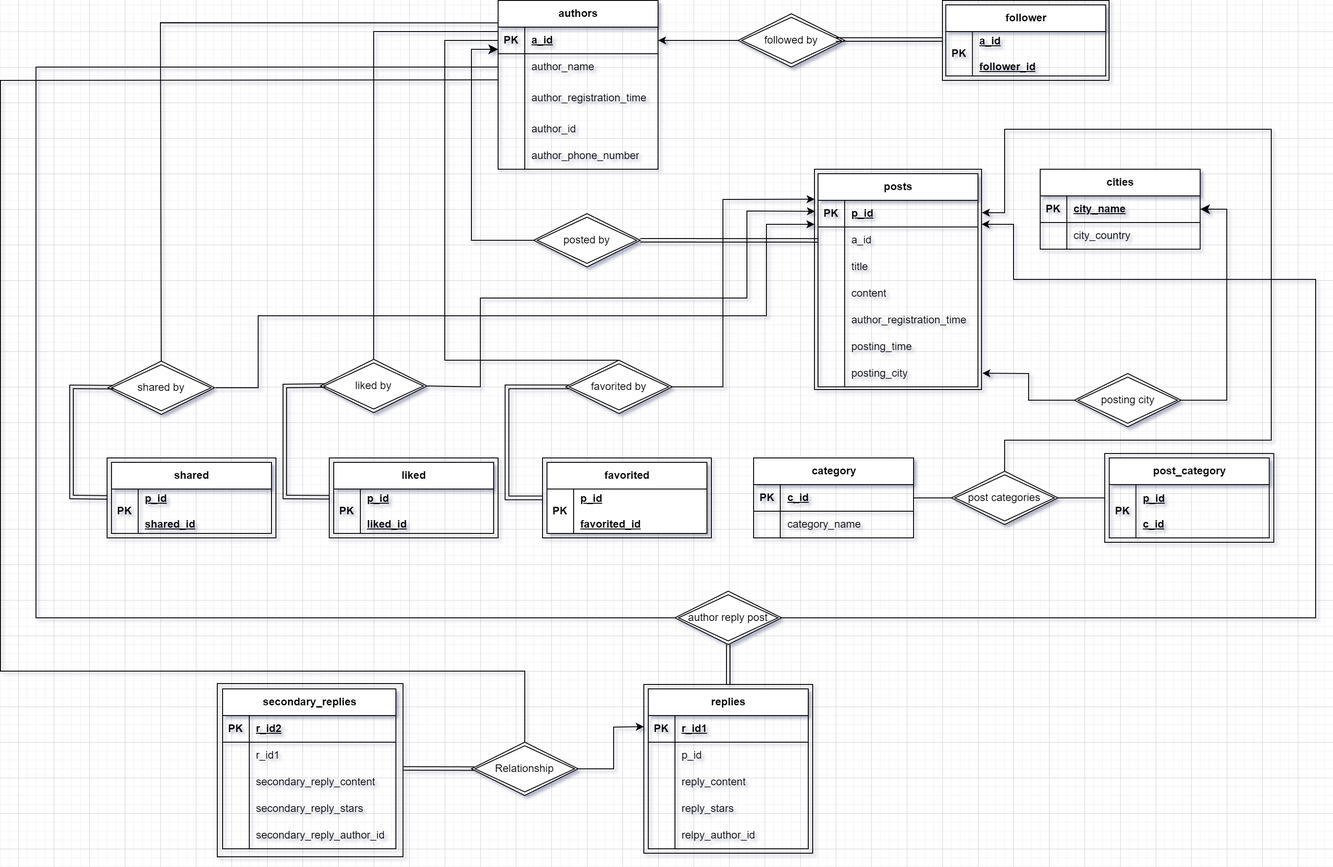
This is Project1_Docs/Project1_Report/img/Project1_ER.drawio.png from OctCarp/SUSTech_CS307-DB_2023s_Projects, a draw.io export, as it was before one commit. Source tidied: cells renumbered, new cells last; positions are measured from the earlier drawing's top-left corner, leaving out a move shared by most shapes.
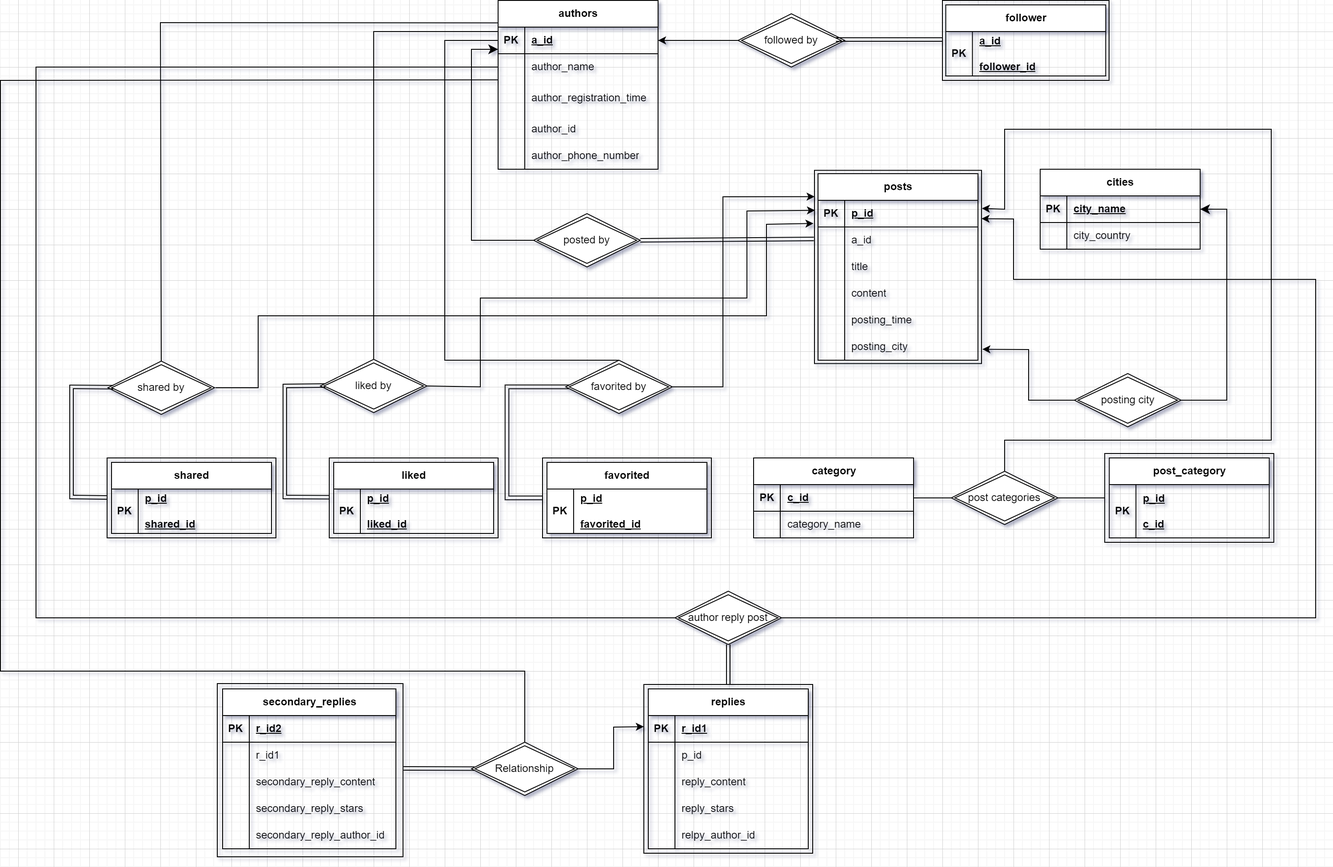
Later version of the same file.

Commit message:
refactor: delete author_registration_time from table posts

The edit, as a diff of the source:
```diff
@@ -54,7 +54,7 @@
       <mxGeometry x="30" width="150" height="30" as="geometry" />
     </mxCell>
     <mxCell id="19" value="posts" style="shape=table;startSize=30;rowLines=0;fontStyle=1;align=center;html=1;" parent="1" vertex="1">
-      <mxGeometry x="920" y="195" width="180" height="240" as="geometry" />
+      <mxGeometry x="920" y="195" width="180" height="210" as="geometry" />
     </mxCell>
     <mxCell id="20" style="shape=tableRow;horizontal=0;startSize=0;swimlaneHead=0;swimlaneBody=0;fillColor=none;top=0;left=0;right=0;bottom=1;" parent="19" vertex="1">
       <mxGeometry y="30" width="180" height="30" as="geometry" />
@@ -92,17 +92,8 @@
     <mxCell id="31" value="content" style="shape=partialRectangle;fillColor=none;top=0;left=0;bottom=0;right=0;align=left;spacingLeft=6;overflow=hidden;whiteSpace=wrap;html=1;" parent="29" vertex="1">
       <mxGeometry x="30" width="150" height="30" as="geometry" />
     </mxCell>
-    <mxCell id="32" style="shape=tableRow;horizontal=0;startSize=0;swimlaneHead=0;swimlaneBody=0;fillColor=none;top=0;left=0;right=0;bottom=0;" parent="19" vertex="1">
-      <mxGeometry y="150" width="180" height="30" as="geometry" />
-    </mxCell>
-    <mxCell id="33" style="shape=partialRectangle;fillColor=none;top=0;left=0;bottom=0;right=0;overflow=hidden;whiteSpace=wrap;html=1;" parent="32" vertex="1">
-      <mxGeometry width="30" height="30" as="geometry" />
-    </mxCell>
-    <mxCell id="34" value="author_registration_time" style="shape=partialRectangle;fillColor=none;top=0;left=0;bottom=0;right=0;align=left;spacingLeft=6;overflow=hidden;whiteSpace=wrap;html=1;" parent="32" vertex="1">
-      <mxGeometry x="30" width="150" height="30" as="geometry" />
-    </mxCell>
     <mxCell id="35" style="shape=tableRow;horizontal=0;startSize=0;swimlaneHead=0;swimlaneBody=0;fillColor=none;top=0;left=0;right=0;bottom=0;" parent="19" vertex="1">
-      <mxGeometry y="180" width="180" height="30" as="geometry" />
+      <mxGeometry y="150" width="180" height="30" as="geometry" />
     </mxCell>
     <mxCell id="36" style="shape=partialRectangle;fillColor=none;top=0;left=0;bottom=0;right=0;overflow=hidden;whiteSpace=wrap;html=1;" parent="35" vertex="1">
       <mxGeometry width="30" height="30" as="geometry" />
@@ -111,7 +102,7 @@
       <mxGeometry x="30" width="150" height="30" as="geometry" />
     </mxCell>
     <mxCell id="38" style="shape=tableRow;horizontal=0;startSize=0;swimlaneHead=0;swimlaneBody=0;fillColor=none;top=0;left=0;right=0;bottom=0;" parent="19" vertex="1">
-      <mxGeometry y="210" width="180" height="30" as="geometry" />
+      <mxGeometry y="180" width="180" height="30" as="geometry" />
     </mxCell>
     <mxCell id="39" style="shape=partialRectangle;fillColor=none;top=0;left=0;bottom=0;right=0;overflow=hidden;whiteSpace=wrap;html=1;" parent="38" vertex="1">
       <mxGeometry width="30" height="30" as="geometry" />
@@ -362,7 +353,7 @@
           <mxPoint x="1430" y="495" />
           <mxPoint x="1430" y="145" />
           <mxPoint x="1130" y="145" />
-          <mxPoint x="1130" y="239" />
+          <mxPoint x="1130" y="235" />
         </Array>
       </mxGeometry>
     </mxCell>
@@ -370,7 +361,7 @@
       <mxGeometry relative="1" as="geometry">
         <Array as="points">
           <mxPoint x="1157" y="450" />
-          <mxPoint x="1157" y="420" />
+          <mxPoint x="1157" y="393" />
         </Array>
       </mxGeometry>
     </mxCell>
@@ -419,7 +410,7 @@
         </Array>
       </mxGeometry>
     </mxCell>
-    <mxCell id="125" style="endArrow=classic;html=1;rounded=0;entryX=0;entryY=0.25;entryDx=0;entryDy=0;" parent="1" edge="1" target="129">
+    <mxCell id="125" style="endArrow=classic;html=1;rounded=0;entryX=-0.006;entryY=0.275;entryDx=0;entryDy=0;entryPerimeter=0;" parent="1" edge="1" target="129">
       <mxGeometry relative="1" as="geometry">
         <mxPoint x="242" y="436" as="sourcePoint" />
         <Array as="points">
@@ -430,7 +421,7 @@
         </Array>
       </mxGeometry>
     </mxCell>
-    <mxCell id="126" style="endArrow=classic;html=1;rounded=0;exitX=1;exitY=0.5;exitDx=0;exitDy=0;entryX=0.003;entryY=0.191;entryDx=0;entryDy=0;entryPerimeter=0;" parent="1" edge="1" source="121" target="129">
+    <mxCell id="126" style="endArrow=classic;html=1;rounded=0;exitX=1;exitY=0.5;exitDx=0;exitDy=0;entryX=0.003;entryY=0.207;entryDx=0;entryDy=0;entryPerimeter=0;" parent="1" edge="1" source="121" target="129">
       <mxGeometry relative="1" as="geometry">
         <Array as="points">
           <mxPoint x="540" y="435" />
@@ -444,7 +435,7 @@
       <mxGeometry relative="1" as="geometry">
         <Array as="points">
           <mxPoint x="813" y="435" />
-          <mxPoint x="813" y="224" />
+          <mxPoint x="813" y="221" />
         </Array>
       </mxGeometry>
     </mxCell>
@@ -452,12 +443,12 @@
       <mxGeometry x="1242.6" y="510" width="190.2" height="100" as="geometry" />
     </mxCell>
     <mxCell id="129" style="rounded=0;whiteSpace=wrap;html=1;fillColor=none;" parent="1" vertex="1">
-      <mxGeometry x="916" y="190" width="188" height="248" as="geometry" />
+      <mxGeometry x="916" y="191.2" width="188" height="217.5" as="geometry" />
     </mxCell>
     <mxCell id="130" value="posted by" style="shape=rhombus;double=1;perimeter=rhombusPerimeter;whiteSpace=wrap;html=1;align=center;" parent="1" vertex="1">
       <mxGeometry x="600" y="240" width="120" height="60" as="geometry" />
     </mxCell>
-    <mxCell id="131" style="shape=link;html=1;rounded=0;exitX=1;exitY=0.5;exitDx=0;exitDy=0;entryX=0.021;entryY=0.323;entryDx=0;entryDy=0;entryPerimeter=0;" parent="1" edge="1" source="130" target="129">
+    <mxCell id="131" style="shape=link;html=1;rounded=0;exitX=1;exitY=0.5;exitDx=0;exitDy=0;entryX=-0.004;entryY=0.355;entryDx=0;entryDy=0;entryPerimeter=0;" parent="1" edge="1" source="130" target="129">
       <mxGeometry relative="1" as="geometry" />
     </mxCell>
     <mxCell id="132" value="post categories" style="shape=rhombus;double=1;perimeter=rhombusPerimeter;whiteSpace=wrap;html=1;align=center;" parent="1" vertex="1">
@@ -501,7 +492,7 @@
           <mxPoint x="1480" y="695" />
           <mxPoint x="1480" y="314" />
           <mxPoint x="1140" y="314" />
-          <mxPoint x="1140" y="252" />
+          <mxPoint x="1140" y="246" />
         </Array>
       </mxGeometry>
     </mxCell>
```
